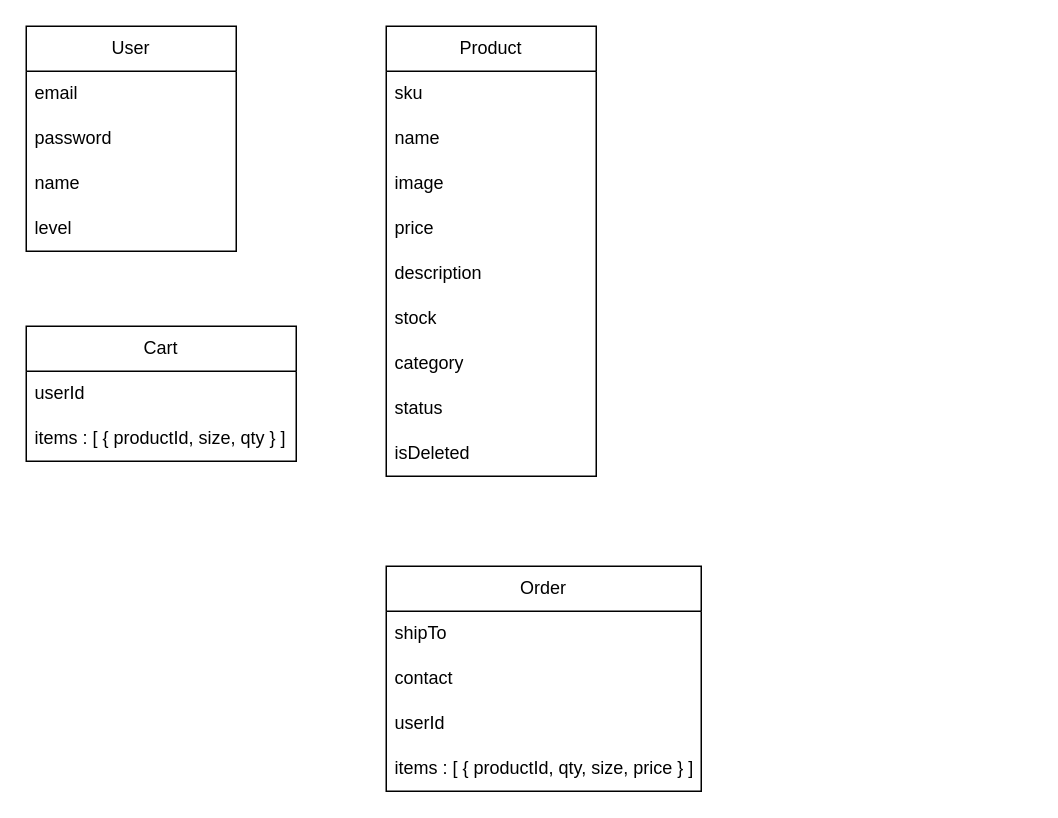
This is 제목 없는 다이어그램.drawio from shostga/todo-fe-login-student, a draw.io file, before an edit. Source tidied: cells renumbered, new cells numbered last; positions are measured from the earlier drawing's top-left corner, leaving out a move shared by most shapes. Both pictures are drawn from the tidied source at 150%, with x=0, y=0 at pixel (26, 26).
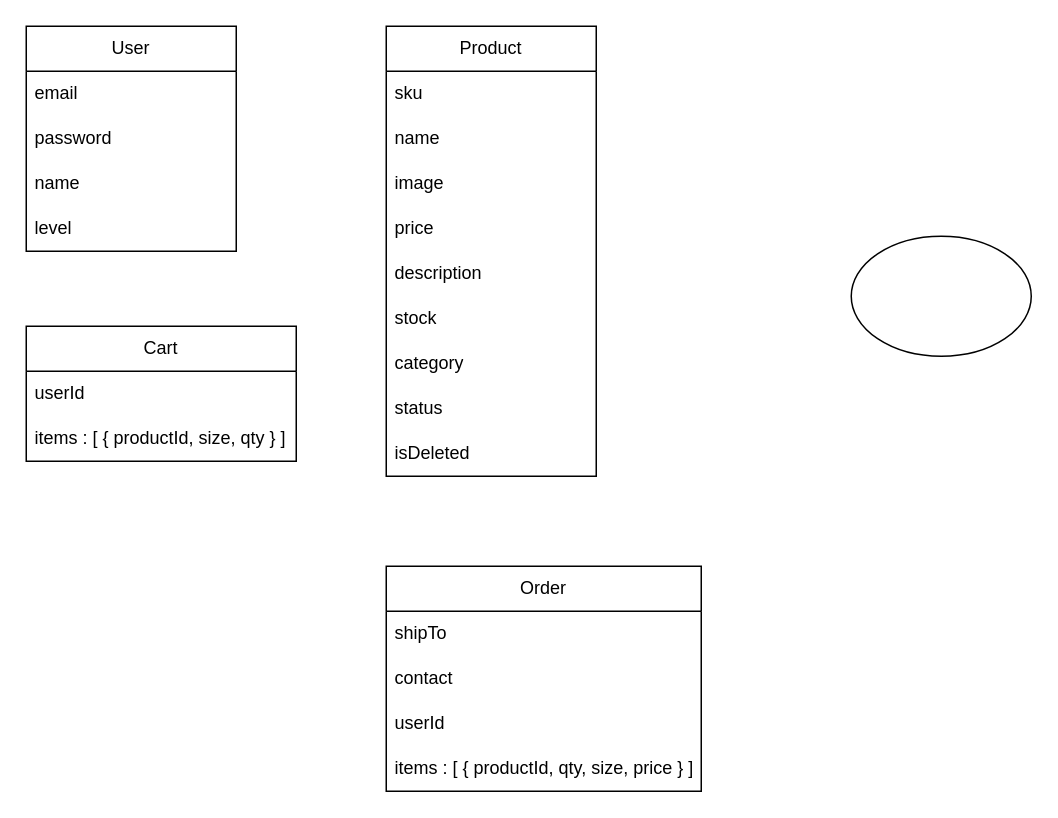
After the change.

Commit message:
js-shopping-mall 2 다이어그램.drawio 업데이트

Diff of the diagram source:
```diff
@@
+    <mxCell id="26" style="ellipse;whiteSpace=wrap;html=1;" parent="1" vertex="1">
+      <mxGeometry x="550" y="140" width="120" height="80" as="geometry" />
+    </mxCell>
```
